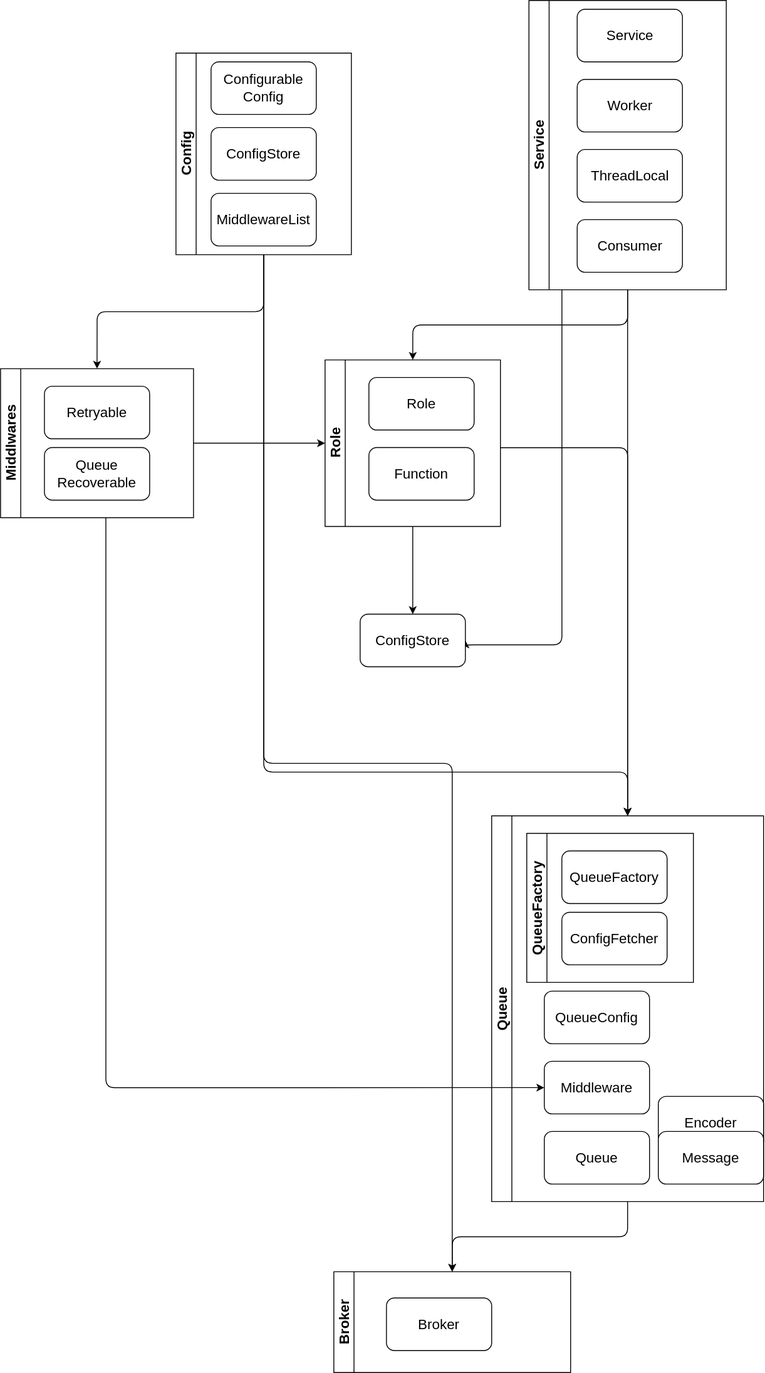
GitterRemote/rolecraft keeps this draw.io diagram as arch.drawio.svg. Above is the earlier version. Source tidied: cells renumbered, new cells last; positions are measured from the earlier drawing's top-left corner, leaving out a move shared by most shapes. The source it was exported from:
```xml
<mxGraphModel>
  <root>
    <mxCell id="0" />
    <mxCell id="1" parent="0" />
    <mxCell id="2" style="edgeStyle=orthogonalEdgeStyle;html=1;entryX=0.5;entryY=0;entryDx=0;entryDy=0;fontSize=16;" parent="1" edge="1" source="3" target="30">
      <mxGeometry relative="1" as="geometry" />
    </mxCell>
    <mxCell id="3" value="Queue&lt;br&gt;" style="swimlane;horizontal=0;whiteSpace=wrap;html=1;fontSize=16;" parent="1" vertex="1">
      <mxGeometry x="560" y="930" width="310" height="440" as="geometry" />
    </mxCell>
    <mxCell id="4" value="QueueConfig" style="rounded=1;whiteSpace=wrap;html=1;fontSize=16;" parent="3" vertex="1">
      <mxGeometry x="60" y="200" width="120" height="60" as="geometry" />
    </mxCell>
    <mxCell id="5" value="Middleware" style="rounded=1;whiteSpace=wrap;html=1;fontSize=16;" parent="3" vertex="1">
      <mxGeometry x="60" y="280" width="120" height="60" as="geometry" />
    </mxCell>
    <mxCell id="6" value="Queue" style="rounded=1;whiteSpace=wrap;html=1;fontSize=16;" parent="3" vertex="1">
      <mxGeometry x="60" y="360" width="120" height="60" as="geometry" />
    </mxCell>
    <mxCell id="7" value="QueueFactory" style="swimlane;horizontal=0;whiteSpace=wrap;html=1;fontSize=16;" parent="3" vertex="1">
      <mxGeometry x="40" y="20" width="190" height="170" as="geometry" />
    </mxCell>
    <mxCell id="8" value="QueueFactory" style="rounded=1;whiteSpace=wrap;html=1;fontSize=16;" parent="7" vertex="1">
      <mxGeometry x="40" y="20" width="120" height="60" as="geometry" />
    </mxCell>
    <mxCell id="9" value="ConfigFetcher" style="rounded=1;whiteSpace=wrap;html=1;fontSize=16;" parent="7" vertex="1">
      <mxGeometry x="40" y="90" width="120" height="60" as="geometry" />
    </mxCell>
    <mxCell id="10" value="Encoder" style="rounded=1;whiteSpace=wrap;html=1;fontSize=16;" parent="3" vertex="1">
      <mxGeometry x="190" y="320" width="120" height="60" as="geometry" />
    </mxCell>
    <mxCell id="11" value="Message" style="rounded=1;whiteSpace=wrap;html=1;fontSize=16;" parent="3" vertex="1">
      <mxGeometry x="190" y="360" width="120" height="60" as="geometry" />
    </mxCell>
    <mxCell id="12" style="edgeStyle=orthogonalEdgeStyle;html=1;entryX=0;entryY=0.5;entryDx=0;entryDy=0;fontSize=16;" parent="1" edge="1" source="14" target="5">
      <mxGeometry relative="1" as="geometry">
        <Array as="points">
          <mxPoint x="120" y="1240" />
        </Array>
      </mxGeometry>
    </mxCell>
    <mxCell id="13" style="edgeStyle=orthogonalEdgeStyle;html=1;entryX=0;entryY=0.5;entryDx=0;entryDy=0;fontSize=16;" parent="1" edge="1" source="14" target="27">
      <mxGeometry relative="1" as="geometry" />
    </mxCell>
    <mxCell id="14" value="Middlwares" style="swimlane;horizontal=0;whiteSpace=wrap;html=1;fontSize=16;" parent="1" vertex="1">
      <mxGeometry y="420" width="220" height="170" as="geometry" />
    </mxCell>
    <mxCell id="15" value="Retryable" style="rounded=1;whiteSpace=wrap;html=1;fontSize=16;" parent="14" vertex="1">
      <mxGeometry x="50" y="20" width="120" height="60" as="geometry" />
    </mxCell>
    <mxCell id="16" value="Queue &lt;br&gt;Recoverable" style="rounded=1;whiteSpace=wrap;html=1;fontSize=16;" parent="14" vertex="1">
      <mxGeometry x="50" y="90" width="120" height="60" as="geometry" />
    </mxCell>
    <mxCell id="17" style="edgeStyle=orthogonalEdgeStyle;html=1;entryX=0.5;entryY=0;entryDx=0;entryDy=0;fontSize=16;exitX=0.5;exitY=1;exitDx=0;exitDy=0;" parent="1" edge="1" source="20" target="27">
      <mxGeometry relative="1" as="geometry" />
    </mxCell>
    <mxCell id="18" style="edgeStyle=orthogonalEdgeStyle;html=1;fontSize=16;entryX=0.5;entryY=0;entryDx=0;entryDy=0;" parent="1" edge="1" source="20" target="3">
      <mxGeometry relative="1" as="geometry" />
    </mxCell>
    <mxCell id="19" style="edgeStyle=orthogonalEdgeStyle;html=1;entryX=1;entryY=0.5;entryDx=0;entryDy=0;fontSize=16;" parent="1" edge="1" source="20" target="39">
      <mxGeometry relative="1" as="geometry">
        <Array as="points">
          <mxPoint x="640" y="735" />
          <mxPoint x="530" y="735" />
        </Array>
      </mxGeometry>
    </mxCell>
    <mxCell id="20" value="Service" style="swimlane;horizontal=0;whiteSpace=wrap;html=1;fontSize=16;startSize=23;" parent="1" vertex="1">
      <mxGeometry x="602.5" width="225" height="330" as="geometry" />
    </mxCell>
    <mxCell id="21" value="ThreadLocal" style="rounded=1;whiteSpace=wrap;html=1;fontSize=16;" parent="20" vertex="1">
      <mxGeometry x="55" y="170" width="120" height="60" as="geometry" />
    </mxCell>
    <mxCell id="22" value="Worker" style="rounded=1;whiteSpace=wrap;html=1;fontSize=16;" parent="20" vertex="1">
      <mxGeometry x="55" y="90" width="120" height="60" as="geometry" />
    </mxCell>
    <mxCell id="23" value="Service" style="rounded=1;whiteSpace=wrap;html=1;fontSize=16;" parent="20" vertex="1">
      <mxGeometry x="55" y="10" width="120" height="60" as="geometry" />
    </mxCell>
    <mxCell id="24" value="Consumer" style="rounded=1;whiteSpace=wrap;html=1;fontSize=16;" parent="20" vertex="1">
      <mxGeometry x="55" y="250" width="120" height="60" as="geometry" />
    </mxCell>
    <mxCell id="25" style="edgeStyle=orthogonalEdgeStyle;html=1;entryX=0.5;entryY=0;entryDx=0;entryDy=0;fontSize=16;" parent="1" edge="1" source="27" target="39">
      <mxGeometry relative="1" as="geometry" />
    </mxCell>
    <mxCell id="26" style="edgeStyle=orthogonalEdgeStyle;html=1;entryX=0.5;entryY=0;entryDx=0;entryDy=0;fontSize=16;" parent="1" edge="1" source="27" target="3">
      <mxGeometry relative="1" as="geometry">
        <Array as="points">
          <mxPoint x="715" y="510" />
        </Array>
      </mxGeometry>
    </mxCell>
    <mxCell id="27" value="Role" style="swimlane;horizontal=0;whiteSpace=wrap;html=1;fontSize=16;" parent="1" vertex="1">
      <mxGeometry x="370" y="410" width="200" height="190" as="geometry" />
    </mxCell>
    <mxCell id="28" value="Role" style="rounded=1;whiteSpace=wrap;html=1;fontSize=16;" parent="27" vertex="1">
      <mxGeometry x="50" y="20" width="120" height="60" as="geometry" />
    </mxCell>
    <mxCell id="29" value="Function" style="rounded=1;whiteSpace=wrap;html=1;fontSize=16;" parent="27" vertex="1">
      <mxGeometry x="50" y="100" width="120" height="60" as="geometry" />
    </mxCell>
    <mxCell id="30" value="Broker" style="swimlane;horizontal=0;whiteSpace=wrap;html=1;fontSize=16;" parent="1" vertex="1">
      <mxGeometry x="380" y="1450" width="270" height="115" as="geometry" />
    </mxCell>
    <mxCell id="31" value="Broker" style="rounded=1;whiteSpace=wrap;html=1;horizontal=1;fontSize=16;" parent="30" vertex="1">
      <mxGeometry x="60" y="30" width="120" height="60" as="geometry" />
    </mxCell>
    <mxCell id="32" style="edgeStyle=orthogonalEdgeStyle;html=1;entryX=0.5;entryY=0;entryDx=0;entryDy=0;fontSize=16;" parent="1" edge="1" source="35" target="14">
      <mxGeometry relative="1" as="geometry" />
    </mxCell>
    <mxCell id="33" style="edgeStyle=orthogonalEdgeStyle;html=1;entryX=0.5;entryY=0;entryDx=0;entryDy=0;fontSize=16;" parent="1" edge="1" source="35" target="3">
      <mxGeometry relative="1" as="geometry">
        <Array as="points">
          <mxPoint x="300" y="880" />
          <mxPoint x="715" y="880" />
        </Array>
      </mxGeometry>
    </mxCell>
    <mxCell id="34" style="edgeStyle=orthogonalEdgeStyle;html=1;fontSize=16;entryX=0.5;entryY=0;entryDx=0;entryDy=0;" parent="1" edge="1" source="35" target="30">
      <mxGeometry relative="1" as="geometry" />
    </mxCell>
    <mxCell id="35" value="Config" style="swimlane;horizontal=0;whiteSpace=wrap;html=1;fontSize=16;" parent="1" vertex="1">
      <mxGeometry x="200" y="60" width="200" height="230" as="geometry" />
    </mxCell>
    <mxCell id="36" value="Configurable Config" style="rounded=1;whiteSpace=wrap;html=1;fontSize=16;" parent="35" vertex="1">
      <mxGeometry x="40" y="10" width="120" height="60" as="geometry" />
    </mxCell>
    <mxCell id="37" value="ConfigStore" style="rounded=1;whiteSpace=wrap;html=1;fontSize=16;" parent="35" vertex="1">
      <mxGeometry x="40" y="85" width="120" height="60" as="geometry" />
    </mxCell>
    <mxCell id="38" value="MiddlewareList" style="rounded=1;whiteSpace=wrap;html=1;fontSize=16;" parent="35" vertex="1">
      <mxGeometry x="40" y="160" width="120" height="60" as="geometry" />
    </mxCell>
    <mxCell id="39" value="ConfigStore" style="rounded=1;whiteSpace=wrap;html=1;fontSize=16;" parent="1" vertex="1">
      <mxGeometry x="410" y="700" width="120" height="60" as="geometry" />
    </mxCell>
  </root>
</mxGraphModel>
```
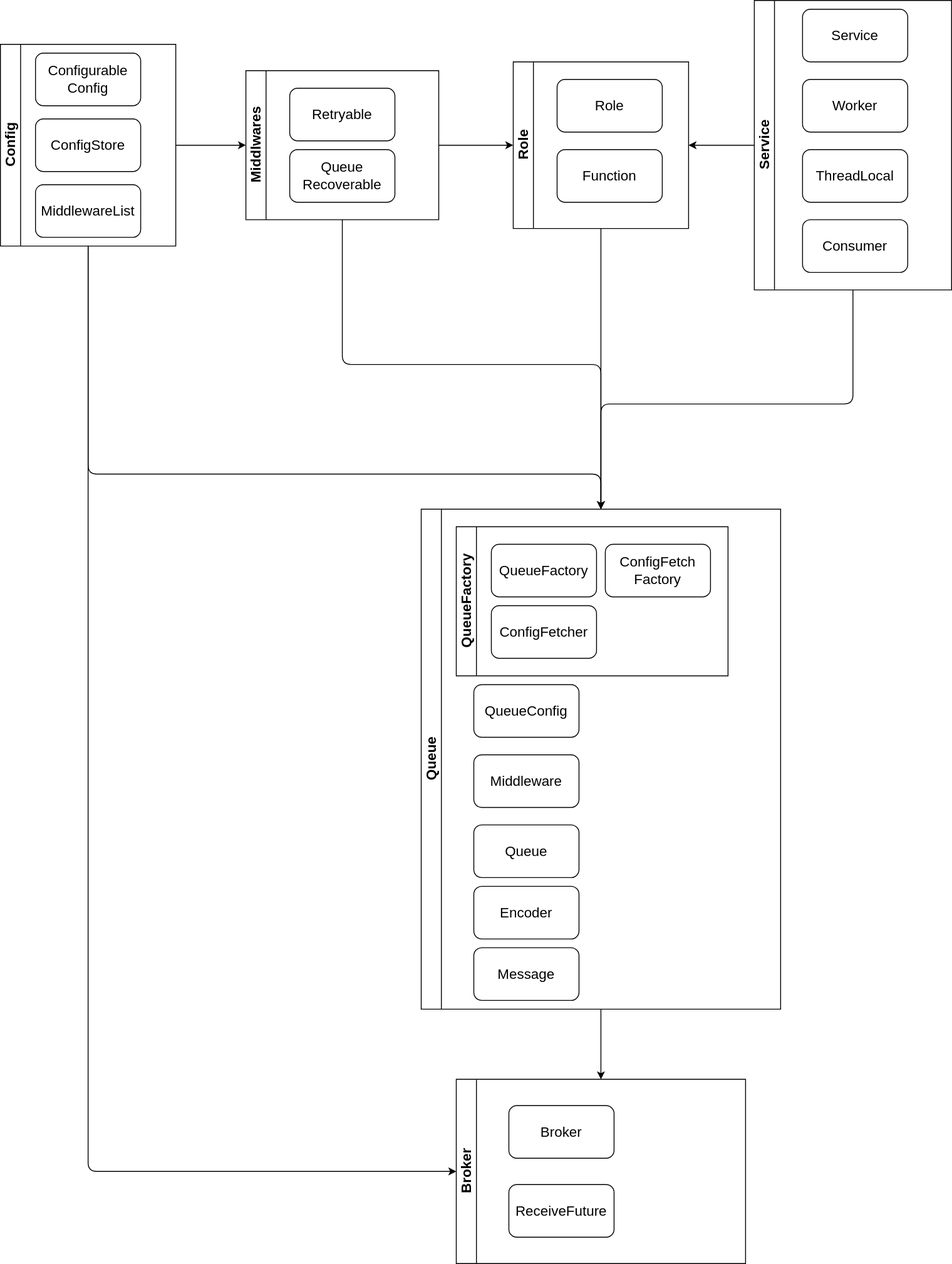
The same file after the commit.

Commit message:
update the arch diagram

Change to the diagram source:
```diff
@@ -6,7 +6,7 @@
       <mxGeometry relative="1" as="geometry" />
     </mxCell>
     <mxCell id="3" value="Queue&lt;br&gt;" style="swimlane;horizontal=0;whiteSpace=wrap;html=1;fontSize=16;" parent="1" vertex="1">
-      <mxGeometry x="560" y="930" width="310" height="440" as="geometry" />
+      <mxGeometry x="260" y="920" width="410" height="570" as="geometry" />
     </mxCell>
     <mxCell id="4" value="QueueConfig" style="rounded=1;whiteSpace=wrap;html=1;fontSize=16;" parent="3" vertex="1">
       <mxGeometry x="60" y="200" width="120" height="60" as="geometry" />
@@ -18,7 +18,7 @@
       <mxGeometry x="60" y="360" width="120" height="60" as="geometry" />
     </mxCell>
     <mxCell id="7" value="QueueFactory" style="swimlane;horizontal=0;whiteSpace=wrap;html=1;fontSize=16;" parent="3" vertex="1">
-      <mxGeometry x="40" y="20" width="190" height="170" as="geometry" />
+      <mxGeometry x="40" y="20" width="310" height="170" as="geometry" />
     </mxCell>
     <mxCell id="8" value="QueueFactory" style="rounded=1;whiteSpace=wrap;html=1;fontSize=16;" parent="7" vertex="1">
       <mxGeometry x="40" y="20" width="120" height="60" as="geometry" />
@@ -26,24 +26,23 @@
     <mxCell id="9" value="ConfigFetcher" style="rounded=1;whiteSpace=wrap;html=1;fontSize=16;" parent="7" vertex="1">
       <mxGeometry x="40" y="90" width="120" height="60" as="geometry" />
     </mxCell>
+    <mxCell id="40" value="ConfigFetch&lt;br&gt;Factory" style="rounded=1;whiteSpace=wrap;html=1;fontSize=16;" parent="7" vertex="1">
+      <mxGeometry x="170" y="20" width="120" height="60" as="geometry" />
+    </mxCell>
     <mxCell id="10" value="Encoder" style="rounded=1;whiteSpace=wrap;html=1;fontSize=16;" parent="3" vertex="1">
-      <mxGeometry x="190" y="320" width="120" height="60" as="geometry" />
+      <mxGeometry x="60" y="430" width="120" height="60" as="geometry" />
     </mxCell>
     <mxCell id="11" value="Message" style="rounded=1;whiteSpace=wrap;html=1;fontSize=16;" parent="3" vertex="1">
-      <mxGeometry x="190" y="360" width="120" height="60" as="geometry" />
+      <mxGeometry x="60" y="500" width="120" height="60" as="geometry" />
     </mxCell>
-    <mxCell id="12" style="edgeStyle=orthogonalEdgeStyle;html=1;entryX=0;entryY=0.5;entryDx=0;entryDy=0;fontSize=16;" parent="1" edge="1" source="14" target="5">
-      <mxGeometry relative="1" as="geometry">
-        <Array as="points">
-          <mxPoint x="120" y="1240" />
-        </Array>
-      </mxGeometry>
-    </mxCell>
     <mxCell id="13" style="edgeStyle=orthogonalEdgeStyle;html=1;entryX=0;entryY=0.5;entryDx=0;entryDy=0;fontSize=16;" parent="1" edge="1" source="14" target="27">
       <mxGeometry relative="1" as="geometry" />
     </mxCell>
+    <mxCell id="41" style="edgeStyle=orthogonalEdgeStyle;html=1;entryX=0.5;entryY=0;entryDx=0;entryDy=0;" parent="1" edge="1" source="14" target="3">
+      <mxGeometry relative="1" as="geometry" />
+    </mxCell>
     <mxCell id="14" value="Middlwares" style="swimlane;horizontal=0;whiteSpace=wrap;html=1;fontSize=16;" parent="1" vertex="1">
-      <mxGeometry y="420" width="220" height="170" as="geometry" />
+      <mxGeometry x="60" y="420" width="220" height="170" as="geometry" />
     </mxCell>
     <mxCell id="15" value="Retryable" style="rounded=1;whiteSpace=wrap;html=1;fontSize=16;" parent="14" vertex="1">
       <mxGeometry x="50" y="20" width="120" height="60" as="geometry" />
@@ -51,22 +50,19 @@
     <mxCell id="16" value="Queue &lt;br&gt;Recoverable" style="rounded=1;whiteSpace=wrap;html=1;fontSize=16;" parent="14" vertex="1">
       <mxGeometry x="50" y="90" width="120" height="60" as="geometry" />
     </mxCell>
+    <mxCell id="18" style="edgeStyle=orthogonalEdgeStyle;html=1;entryX=0.5;entryY=0;entryDx=0;entryDy=0;" parent="1" edge="1" source="20" target="3">
+      <mxGeometry relative="1" as="geometry">
+        <Array as="points">
+          <mxPoint x="753" y="800" />
+          <mxPoint x="465" y="800" />
+        </Array>
+      </mxGeometry>
+    </mxCell>
-    <mxCell id="17" style="edgeStyle=orthogonalEdgeStyle;html=1;entryX=0.5;entryY=0;entryDx=0;entryDy=0;fontSize=16;exitX=0.5;exitY=1;exitDx=0;exitDy=0;" parent="1" edge="1" source="20" target="27">
+    <mxCell id="17" style="edgeStyle=orthogonalEdgeStyle;html=1;entryX=1;entryY=0.5;entryDx=0;entryDy=0;" parent="1" edge="1" source="20" target="27">
       <mxGeometry relative="1" as="geometry" />
     </mxCell>
-    <mxCell id="18" style="edgeStyle=orthogonalEdgeStyle;html=1;fontSize=16;entryX=0.5;entryY=0;entryDx=0;entryDy=0;" parent="1" edge="1" source="20" target="3">
-      <mxGeometry relative="1" as="geometry" />
-    </mxCell>
-    <mxCell id="19" style="edgeStyle=orthogonalEdgeStyle;html=1;entryX=1;entryY=0.5;entryDx=0;entryDy=0;fontSize=16;" parent="1" edge="1" source="20" target="39">
-      <mxGeometry relative="1" as="geometry">
-        <Array as="points">
-          <mxPoint x="640" y="735" />
-          <mxPoint x="530" y="735" />
-        </Array>
-      </mxGeometry>
-    </mxCell>
     <mxCell id="20" value="Service" style="swimlane;horizontal=0;whiteSpace=wrap;html=1;fontSize=16;startSize=23;" parent="1" vertex="1">
-      <mxGeometry x="602.5" width="225" height="330" as="geometry" />
+      <mxGeometry x="640" y="340" width="225" height="330" as="geometry" />
     </mxCell>
     <mxCell id="21" value="ThreadLocal" style="rounded=1;whiteSpace=wrap;html=1;fontSize=16;" parent="20" vertex="1">
       <mxGeometry x="55" y="170" width="120" height="60" as="geometry" />
@@ -80,18 +76,11 @@
     <mxCell id="24" value="Consumer" style="rounded=1;whiteSpace=wrap;html=1;fontSize=16;" parent="20" vertex="1">
       <mxGeometry x="55" y="250" width="120" height="60" as="geometry" />
     </mxCell>
-    <mxCell id="25" style="edgeStyle=orthogonalEdgeStyle;html=1;entryX=0.5;entryY=0;entryDx=0;entryDy=0;fontSize=16;" parent="1" edge="1" source="27" target="39">
-      <mxGeometry relative="1" as="geometry" />
-    </mxCell>
-    <mxCell id="26" style="edgeStyle=orthogonalEdgeStyle;html=1;entryX=0.5;entryY=0;entryDx=0;entryDy=0;fontSize=16;" parent="1" edge="1" source="27" target="3">
-      <mxGeometry relative="1" as="geometry">
-        <Array as="points">
-          <mxPoint x="715" y="510" />
-        </Array>
-      </mxGeometry>
+    <mxCell id="26" style="edgeStyle=orthogonalEdgeStyle;html=1;entryX=0.5;entryY=0;entryDx=0;entryDy=0;" parent="1" edge="1" source="27" target="3">
+      <mxGeometry relative="1" as="geometry" />
     </mxCell>
     <mxCell id="27" value="Role" style="swimlane;horizontal=0;whiteSpace=wrap;html=1;fontSize=16;" parent="1" vertex="1">
-      <mxGeometry x="370" y="410" width="200" height="190" as="geometry" />
+      <mxGeometry x="365" y="410" width="200" height="190" as="geometry" />
     </mxCell>
     <mxCell id="28" value="Role" style="rounded=1;whiteSpace=wrap;html=1;fontSize=16;" parent="27" vertex="1">
       <mxGeometry x="50" y="20" width="120" height="60" as="geometry" />
@@ -100,27 +89,34 @@
       <mxGeometry x="50" y="100" width="120" height="60" as="geometry" />
     </mxCell>
     <mxCell id="30" value="Broker" style="swimlane;horizontal=0;whiteSpace=wrap;html=1;fontSize=16;" parent="1" vertex="1">
-      <mxGeometry x="380" y="1450" width="270" height="115" as="geometry" />
+      <mxGeometry x="300" y="1570" width="330" height="210" as="geometry" />
     </mxCell>
     <mxCell id="31" value="Broker" style="rounded=1;whiteSpace=wrap;html=1;horizontal=1;fontSize=16;" parent="30" vertex="1">
       <mxGeometry x="60" y="30" width="120" height="60" as="geometry" />
     </mxCell>
+    <mxCell id="42" value="ReceiveFuture" style="rounded=1;whiteSpace=wrap;html=1;horizontal=1;fontSize=16;" parent="30" vertex="1">
+      <mxGeometry x="60" y="120" width="120" height="60" as="geometry" />
+    </mxCell>
+    <mxCell id="33" style="edgeStyle=orthogonalEdgeStyle;html=1;entryX=0.5;entryY=0;entryDx=0;entryDy=0;fontSize=16;" parent="1" edge="1" source="35" target="3">
+      <mxGeometry relative="1" as="geometry">
+        <Array as="points">
+          <mxPoint x="-120" y="880" />
+          <mxPoint x="465" y="880" />
+        </Array>
+      </mxGeometry>
+    </mxCell>
-    <mxCell id="32" style="edgeStyle=orthogonalEdgeStyle;html=1;entryX=0.5;entryY=0;entryDx=0;entryDy=0;fontSize=16;" parent="1" edge="1" source="35" target="14">
+    <mxCell id="32" style="edgeStyle=orthogonalEdgeStyle;html=1;" parent="1" edge="1" source="35" target="14">
       <mxGeometry relative="1" as="geometry" />
     </mxCell>
-    <mxCell id="33" style="edgeStyle=orthogonalEdgeStyle;html=1;entryX=0.5;entryY=0;entryDx=0;entryDy=0;fontSize=16;" parent="1" edge="1" source="35" target="3">
-      <mxGeometry relative="1" as="geometry">
-        <Array as="points">
-          <mxPoint x="300" y="880" />
-          <mxPoint x="715" y="880" />
-        </Array>
-      </mxGeometry>
-    </mxCell>
-    <mxCell id="34" style="edgeStyle=orthogonalEdgeStyle;html=1;fontSize=16;entryX=0.5;entryY=0;entryDx=0;entryDy=0;" parent="1" edge="1" source="35" target="30">
-      <mxGeometry relative="1" as="geometry" />
+    <mxCell id="34" style="edgeStyle=orthogonalEdgeStyle;html=1;entryX=0;entryY=0.5;entryDx=0;entryDy=0;" parent="1" edge="1" source="35" target="30">
+      <mxGeometry relative="1" as="geometry">
+        <Array as="points">
+          <mxPoint x="-120" y="1675" />
+        </Array>
+      </mxGeometry>
     </mxCell>
     <mxCell id="35" value="Config" style="swimlane;horizontal=0;whiteSpace=wrap;html=1;fontSize=16;" parent="1" vertex="1">
-      <mxGeometry x="200" y="60" width="200" height="230" as="geometry" />
+      <mxGeometry x="-220" y="390" width="200" height="230" as="geometry" />
     </mxCell>
     <mxCell id="36" value="Configurable Config" style="rounded=1;whiteSpace=wrap;html=1;fontSize=16;" parent="35" vertex="1">
       <mxGeometry x="40" y="10" width="120" height="60" as="geometry" />
@@ -131,8 +127,5 @@
     <mxCell id="38" value="MiddlewareList" style="rounded=1;whiteSpace=wrap;html=1;fontSize=16;" parent="35" vertex="1">
       <mxGeometry x="40" y="160" width="120" height="60" as="geometry" />
     </mxCell>
-    <mxCell id="39" value="ConfigStore" style="rounded=1;whiteSpace=wrap;html=1;fontSize=16;" parent="1" vertex="1">
-      <mxGeometry x="410" y="700" width="120" height="60" as="geometry" />
-    </mxCell>
   </root>
 </mxGraphModel>
```
